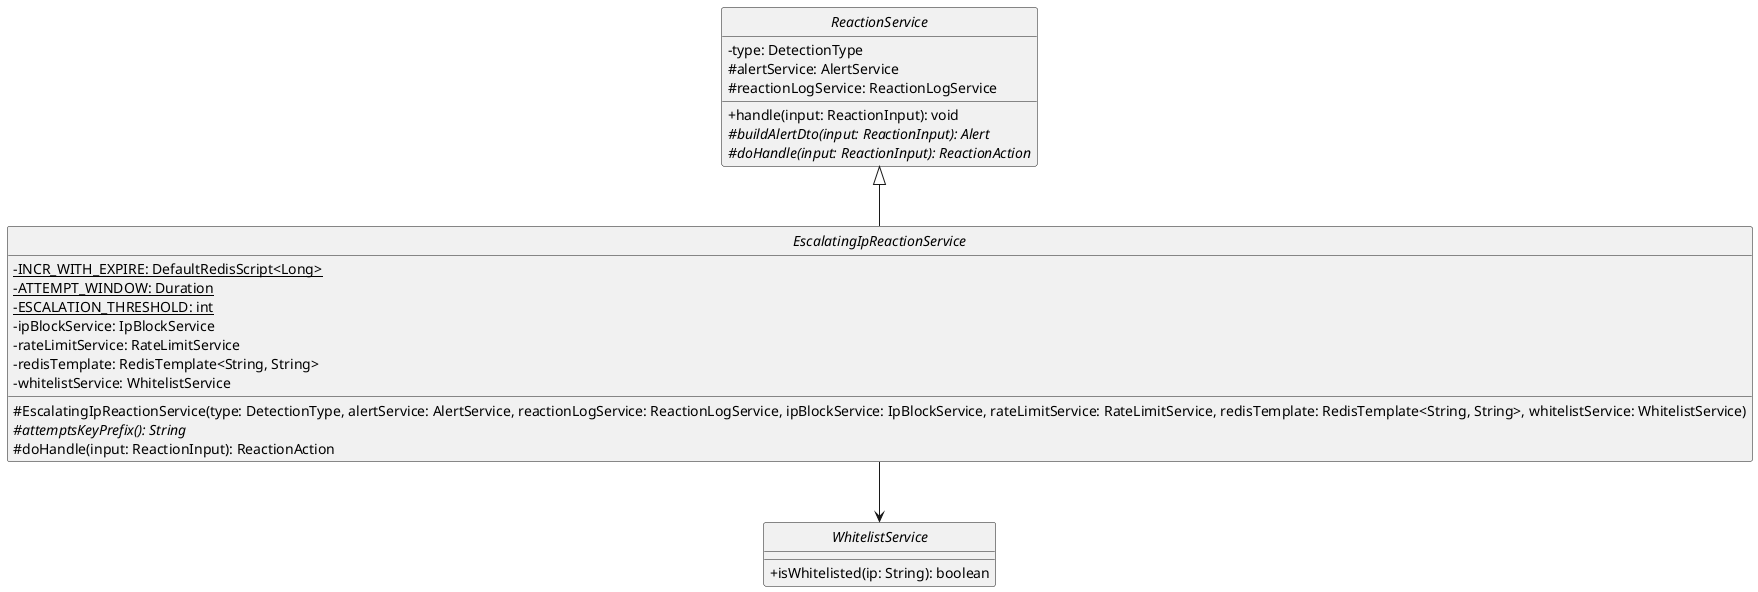
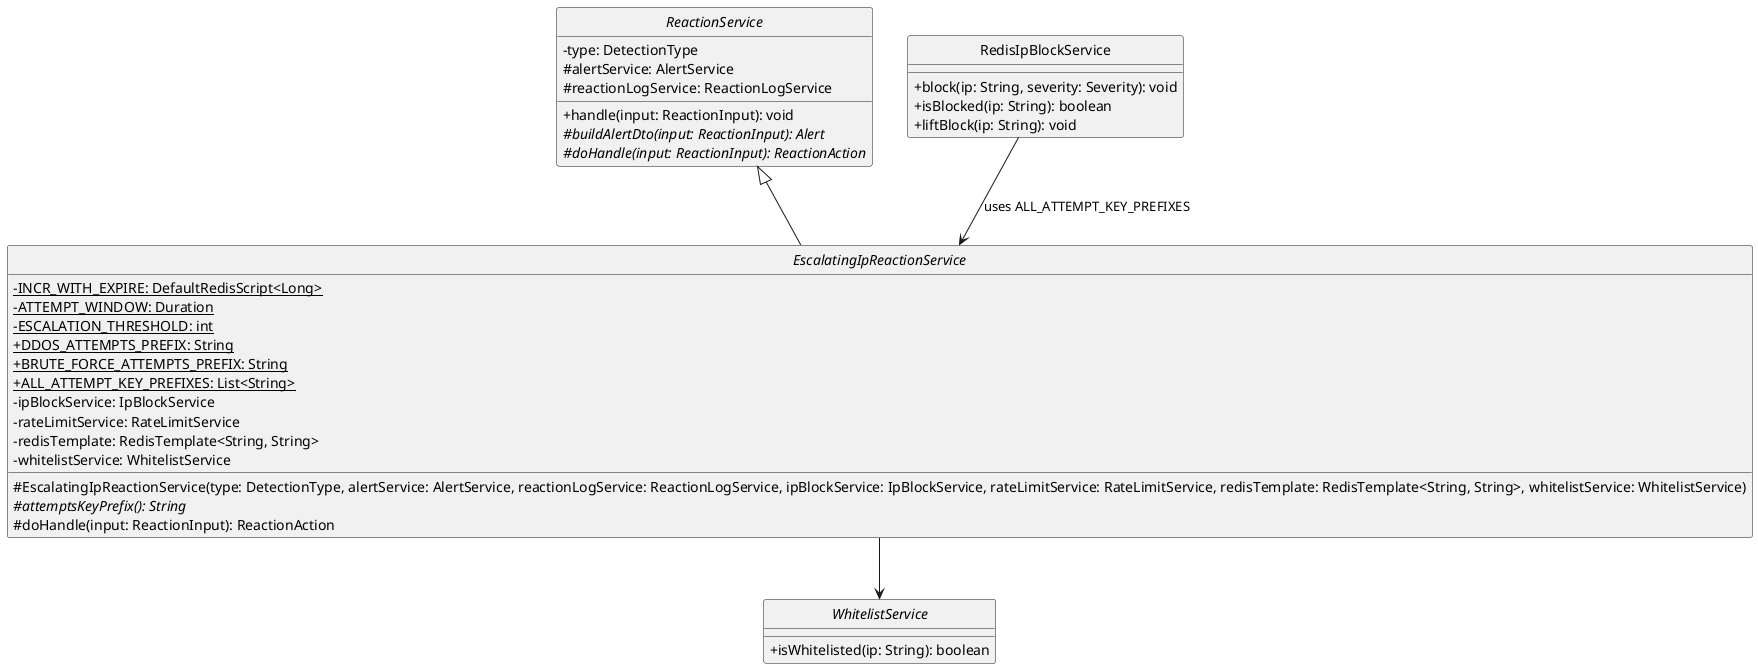
@startuml class-reaction-escalation
hide circle
skinparam classAttributeIconSize 0

abstract class ReactionService {
    - type: DetectionType
    # alertService: AlertService
    # reactionLogService: ReactionLogService

    + handle(input: ReactionInput): void
    # {abstract} buildAlertDto(input: ReactionInput): Alert
    # {abstract} doHandle(input: ReactionInput): ReactionAction
}

abstract class EscalatingIpReactionService {
    - {static} INCR_WITH_EXPIRE: DefaultRedisScript<Long>
    - {static} ATTEMPT_WINDOW: Duration
    - {static} ESCALATION_THRESHOLD: int
+     + {static} DDOS_ATTEMPTS_PREFIX: String
+     + {static} BRUTE_FORCE_ATTEMPTS_PREFIX: String
+     + {static} ALL_ATTEMPT_KEY_PREFIXES: List<String>
    - ipBlockService: IpBlockService
    - rateLimitService: RateLimitService
    - redisTemplate: RedisTemplate<String, String>
    - whitelistService: WhitelistService

    # EscalatingIpReactionService(type: DetectionType, alertService: AlertService, reactionLogService: ReactionLogService, ipBlockService: IpBlockService, rateLimitService: RateLimitService, redisTemplate: RedisTemplate<String, String>, whitelistService: WhitelistService)
    # {abstract} attemptsKeyPrefix(): String
    # doHandle(input: ReactionInput): ReactionAction
}

interface WhitelistService {
    + isWhitelisted(ip: String): boolean
}

+ class RedisIpBlockService {
+     + block(ip: String, severity: Severity): void
+     + isBlocked(ip: String): boolean
+     + liftBlock(ip: String): void
+ }
+ 
ReactionService <|-- EscalatingIpReactionService
EscalatingIpReactionService --> WhitelistService
+ RedisIpBlockService --> EscalatingIpReactionService : uses ALL_ATTEMPT_KEY_PREFIXES

' Explanations:
' INCR_WITH_EXPIRE: Static Redis Lua script to increment attempts and set an expiration window atomically on the first count.
' ATTEMPT_WINDOW: Time window (10 minutes) during which malicious activity triggers escalation blocks.
' ESCALATION_THRESHOLD: Maximum attempts allowed (3) before escalating a rate-limit action to an IP block.
+ ' DDOS_ATTEMPTS_PREFIX / BRUTE_FORCE_ATTEMPTS_PREFIX: Single source of truth for each subclass's Redis key prefix, returned by their attemptsKeyPrefix() overrides.
+ ' ALL_ATTEMPT_KEY_PREFIXES: Both prefixes together, consumed by RedisIpBlockService.liftBlock() to clear every subclass's escalation counter without depending on the subclasses directly.
' ipBlockService / rateLimitService: Concrete action executors interacting with Redis IP tables.
' whitelistService: Checked first via HTTP call to the simulation service; a hit short-circuits straight to WHITELISTED, skipping the attempt counter.
' attemptsKeyPrefix(): Abstract method subclass hooks (e.g. brute:attempts: or ddos:attempts:) to namespaces.
' doHandle(): Checks the whitelist, then implements the stateful counter logic and executes firewalls/rate-limit blocks based on thresholds.
+ ' liftBlock(ip): Removes the block metadata key and set membership, and also clears the IP's escalation-attempt counters (ddos:attempts:, brute:attempts:) so a lifted IP doesn't immediately re-escalate.

@enduml
